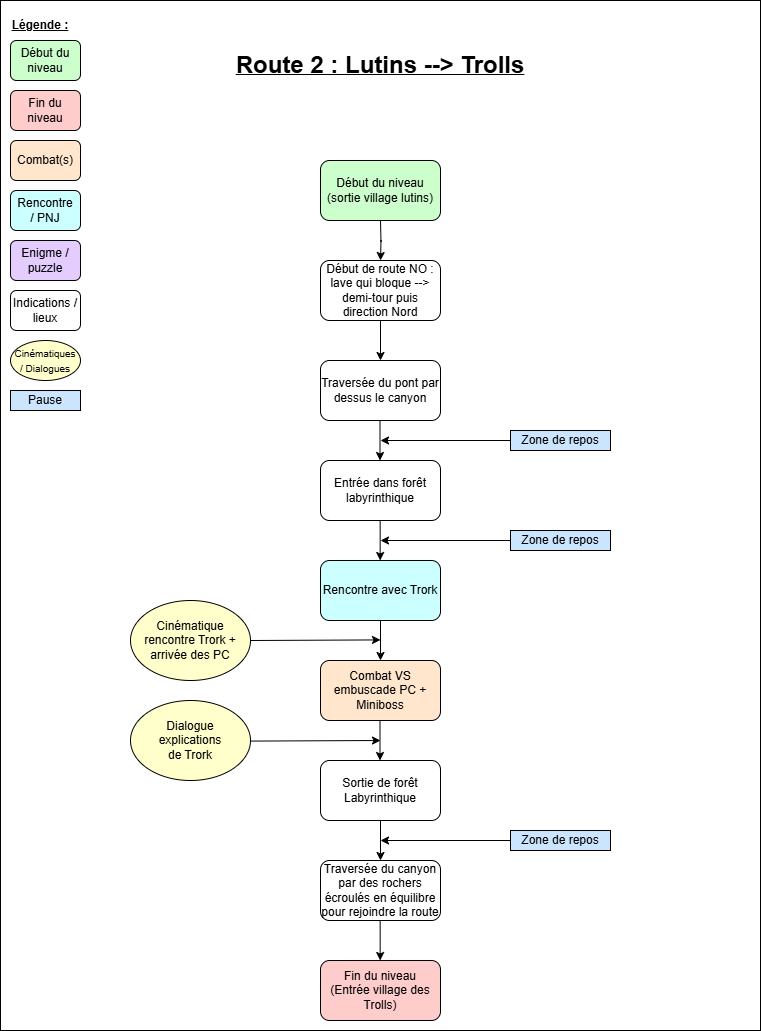
Earlier version of the draw.io export images/LRA/route_level-flow-chart.png (ArthurNowa/ld-portfolio). Source tidied: cells renumbered, new cells last; positions are measured from the earlier drawing's top-left corner, leaving out a move shared by most shapes.
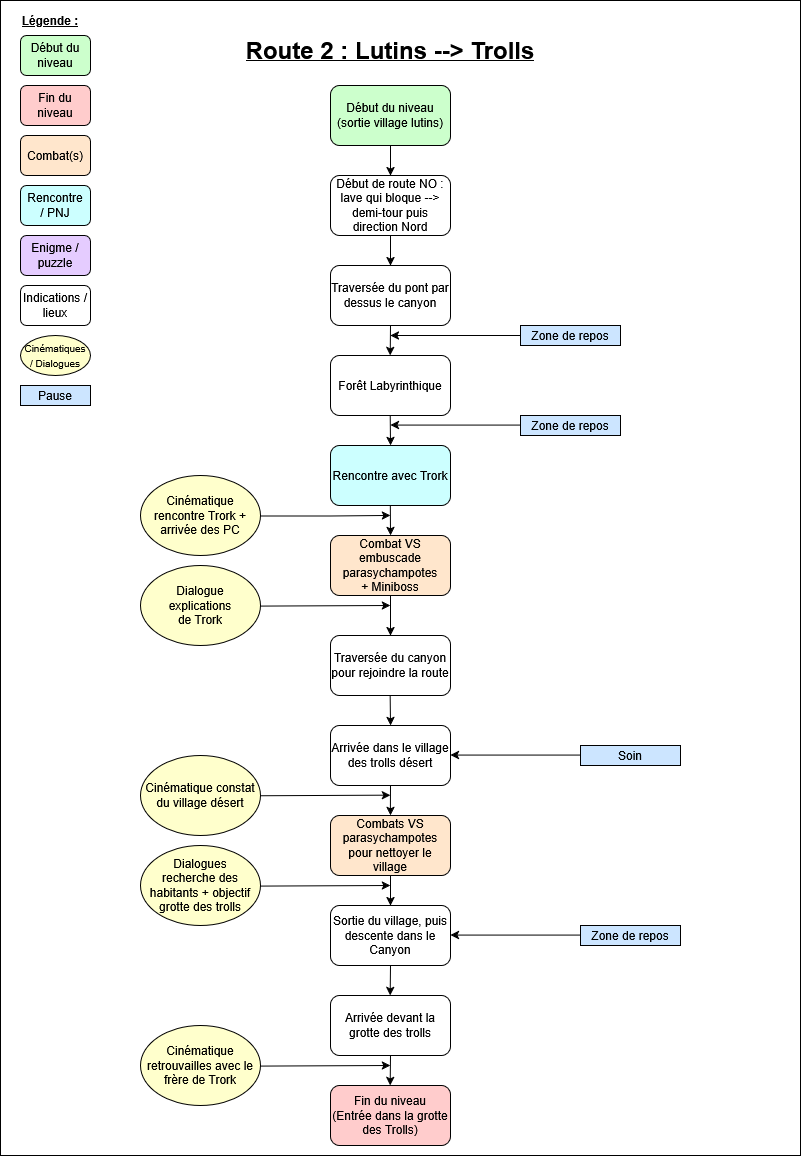
The same file after the commit.

Change to the diagram source:
```diff
@@ -3,7 +3,7 @@
     <mxCell id="0" />
     <mxCell id="1" parent="0" />
     <mxCell id="2" style="whiteSpace=wrap;html=1;" parent="1" vertex="1">
-      <mxGeometry width="760" height="1030" as="geometry" />
+      <mxGeometry x="-10" y="5" width="800" height="1155" as="geometry" />
     </mxCell>
     <mxCell id="3" value="Début du niveau" style="rounded=1;whiteSpace=wrap;html=1;fillColor=#CCFFCC;" parent="1" vertex="1">
       <mxGeometry x="10" y="40" width="70" height="40" as="geometry" />
@@ -33,122 +33,185 @@
       <mxGeometry x="10" y="240" width="70" height="40" as="geometry" />
     </mxCell>
     <mxCell id="12" value="&lt;div&gt;Début du niveau (sortie village lutins)&lt;/div&gt;" style="rounded=1;whiteSpace=wrap;html=1;fillColor=#CCFFCC;" parent="1" vertex="1">
-      <mxGeometry x="320" y="160" width="120" height="60" as="geometry" />
+      <mxGeometry x="320" y="90" width="120" height="60" as="geometry" />
     </mxCell>
     <mxCell id="13" style="edgeStyle=orthogonalEdgeStyle;rounded=0;orthogonalLoop=1;jettySize=auto;html=1;exitX=0.5;exitY=1;exitDx=0;exitDy=0;" parent="1" edge="1">
       <mxGeometry relative="1" as="geometry">
-        <mxPoint x="380" y="220" as="sourcePoint" />
-        <mxPoint x="380" y="260" as="targetPoint" />
+        <mxPoint x="380" y="150" as="sourcePoint" />
+        <mxPoint x="380" y="180" as="targetPoint" />
       </mxGeometry>
     </mxCell>
     <mxCell id="14" value="&lt;div&gt;Début de route NO : lave qui bloque --&amp;gt; demi-tour puis direction Nord&lt;/div&gt;" style="rounded=1;whiteSpace=wrap;html=1;fillColor=#FFFFFF;" parent="1" vertex="1">
-      <mxGeometry x="320" y="260" width="120" height="60" as="geometry" />
+      <mxGeometry x="320" y="180" width="120" height="60" as="geometry" />
     </mxCell>
     <mxCell id="15" value="Traversée du pont par dessus le canyon" style="rounded=1;whiteSpace=wrap;html=1;fillColor=#FFFFFF;" parent="1" vertex="1">
-      <mxGeometry x="320" y="360" width="120" height="60" as="geometry" />
+      <mxGeometry x="320" y="270" width="120" height="60" as="geometry" />
     </mxCell>
-    <mxCell id="16" value="Combat VS embuscade PC + Miniboss" style="rounded=1;whiteSpace=wrap;html=1;fillColor=#FFE6CC;" parent="1" vertex="1">
-      <mxGeometry x="320" y="660" width="120" height="60" as="geometry" />
+    <mxCell id="16" value="Combat VS embuscade parasychampotes&lt;br&gt;+ Miniboss" style="rounded=1;whiteSpace=wrap;html=1;fillColor=#FFE6CC;" parent="1" vertex="1">
+      <mxGeometry x="320" y="540" width="120" height="60" as="geometry" />
     </mxCell>
-    <mxCell id="17" style="endArrow=classic;html=1;rounded=0;exitX=0.5;exitY=1;exitDx=0;exitDy=0;entryX=0.5;entryY=0;entryDx=0;entryDy=0;" parent="1" edge="1" source="14">
+    <mxCell id="17" style="endArrow=classic;html=1;rounded=0;exitX=0.5;exitY=1;exitDx=0;exitDy=0;" parent="1" edge="1" source="14">
       <mxGeometry relative="1" as="geometry">
-        <mxPoint x="380" y="360" as="targetPoint" />
+        <mxPoint x="380" y="270" as="targetPoint" />
       </mxGeometry>
     </mxCell>
-    <mxCell id="18" style="endArrow=classic;html=1;rounded=0;exitX=0.5;exitY=1;exitDx=0;exitDy=0;entryX=0.5;entryY=0;entryDx=0;entryDy=0;exitPerimeter=0;" parent="1" edge="1">
+    <mxCell id="18" style="endArrow=classic;html=1;rounded=0;exitX=0.5;exitY=1;exitDx=0;exitDy=0;exitPerimeter=0;" parent="1" edge="1">
       <mxGeometry relative="1" as="geometry">
-        <mxPoint x="379.5" y="720" as="sourcePoint" />
-        <mxPoint x="379.5" y="760" as="targetPoint" />
+        <mxPoint x="379.8" y="510" as="sourcePoint" />
+        <mxPoint x="380" y="540" as="targetPoint" />
       </mxGeometry>
     </mxCell>
-    <mxCell id="19" style="endArrow=classic;html=1;rounded=0;exitX=0.5;exitY=1;exitDx=0;exitDy=0;entryX=0.5;entryY=0;entryDx=0;entryDy=0;" parent="1" edge="1" target="16">
-      <mxGeometry relative="1" as="geometry">
-        <mxPoint x="380" y="620" as="sourcePoint" />
-      </mxGeometry>
-    </mxCell>
-    <mxCell id="20" style="endArrow=classic;html=1;rounded=0;exitX=1;exitY=0.5;exitDx=0;exitDy=0;" parent="1" edge="1" source="21">
+    <mxCell id="20" style="endArrow=classic;html=1;rounded=0;exitX=1;exitY=0.5;exitDx=0;exitDy=0;" parent="1" edge="1">
       <mxGeometry relative="1" as="geometry">
-        <mxPoint x="380" y="639.4" as="targetPoint" />
+        <mxPoint x="250" y="520.6" as="sourcePoint" />
+        <mxPoint x="380" y="520" as="targetPoint" />
+        <Array as="points">
+          <mxPoint x="320" y="520.6" />
+        </Array>
       </mxGeometry>
     </mxCell>
     <mxCell id="21" value="&lt;div&gt;Cinématique rencontre Trork + arrivée des PC&lt;/div&gt;" style="ellipse;whiteSpace=wrap;html=1;fillColor=#FFFFCC;" parent="1" vertex="1">
-      <mxGeometry x="130" y="600" width="120" height="80" as="geometry" />
+      <mxGeometry x="130" y="480" width="120" height="80" as="geometry" />
     </mxCell>
-    <mxCell id="22" value="Fin du niveau&lt;br&gt;(Entrée village des Trolls)" style="rounded=1;whiteSpace=wrap;html=1;fillColor=#FFCCCC;" parent="1" vertex="1">
-      <mxGeometry x="320" y="960" width="120" height="60" as="geometry" />
+    <mxCell id="22" value="Fin du niveau&lt;br&gt;(Entrée dans la grotte des Trolls)" style="rounded=1;whiteSpace=wrap;html=1;fillColor=#FFCCCC;" parent="1" vertex="1">
+      <mxGeometry x="320" y="1090" width="120" height="60" as="geometry" />
     </mxCell>
-    <mxCell id="23" value="Zone de repos" style="rounded=0;whiteSpace=wrap;html=1;fillColor=#CCE5FF;" parent="1" vertex="1">
-      <mxGeometry x="510" y="830" width="100" height="20" as="geometry" />
+    <mxCell id="23" value="&lt;div&gt;Soin&lt;/div&gt;" style="rounded=0;whiteSpace=wrap;html=1;fillColor=#CCE5FF;" parent="1" vertex="1">
+      <mxGeometry x="570" y="750" width="100" height="20" as="geometry" />
     </mxCell>
-    <mxCell id="24" style="endArrow=classic;html=1;rounded=0;exitX=0;exitY=0.5;exitDx=0;exitDy=0;entryX=1;entryY=0.5;entryDx=0;entryDy=0;" parent="1" edge="1" source="23">
+    <mxCell id="24" style="endArrow=classic;html=1;rounded=0;exitX=0;exitY=0.5;exitDx=0;exitDy=0;entryX=1;entryY=0.5;entryDx=0;entryDy=0;" parent="1" edge="1">
       <mxGeometry relative="1" as="geometry">
-        <mxPoint x="380" y="840" as="targetPoint" />
+        <mxPoint x="570" y="759.6" as="sourcePoint" />
+        <mxPoint x="440" y="759.6" as="targetPoint" />
       </mxGeometry>
     </mxCell>
     <mxCell id="25" value="Zone de repos" style="rounded=0;whiteSpace=wrap;html=1;fillColor=#CCE5FF;" parent="1" vertex="1">
-      <mxGeometry x="510" y="530" width="100" height="20" as="geometry" />
+      <mxGeometry x="510" y="420" width="100" height="20" as="geometry" />
     </mxCell>
     <mxCell id="26" style="endArrow=classic;html=1;rounded=0;exitX=0;exitY=0.5;exitDx=0;exitDy=0;" parent="1" edge="1">
       <mxGeometry relative="1" as="geometry">
-        <mxPoint x="510" y="540" as="sourcePoint" />
-        <mxPoint x="380" y="540" as="targetPoint" />
+        <mxPoint x="510" y="429.6" as="sourcePoint" />
+        <mxPoint x="380" y="429.6" as="targetPoint" />
       </mxGeometry>
     </mxCell>
     <mxCell id="27" value="Rencontre avec Trork" style="rounded=1;whiteSpace=wrap;html=1;fillColor=#CCFFFF;" parent="1" vertex="1">
-      <mxGeometry x="320" y="560" width="120" height="60" as="geometry" />
+      <mxGeometry x="320" y="450" width="120" height="60" as="geometry" />
     </mxCell>
-    <mxCell id="28" style="endArrow=classic;html=1;rounded=0;exitX=0.5;exitY=1;exitDx=0;exitDy=0;entryX=0.5;entryY=0;entryDx=0;entryDy=0;" parent="1" edge="1">
+    <mxCell id="28" style="endArrow=classic;html=1;rounded=0;exitX=0.5;exitY=1;exitDx=0;exitDy=0;" parent="1" edge="1">
       <mxGeometry relative="1" as="geometry">
-        <mxPoint x="379.7" y="520" as="sourcePoint" />
-        <mxPoint x="379.7" y="560" as="targetPoint" />
+        <mxPoint x="379.7" y="420" as="sourcePoint" />
+        <mxPoint x="380" y="450" as="targetPoint" />
       </mxGeometry>
     </mxCell>
-    <mxCell id="29" value="Entrée dans forêt labyrinthique" style="rounded=1;whiteSpace=wrap;html=1;fillColor=#FFFFFF;" parent="1" vertex="1">
-      <mxGeometry x="320" y="460" width="120" height="60" as="geometry" />
+    <mxCell id="29" value="&lt;div&gt;Forêt Labyrinthique&lt;/div&gt;" style="rounded=1;whiteSpace=wrap;html=1;fillColor=#FFFFFF;" parent="1" vertex="1">
+      <mxGeometry x="320" y="360" width="120" height="60" as="geometry" />
     </mxCell>
-    <mxCell id="30" style="endArrow=classic;html=1;rounded=0;exitX=0.5;exitY=1;exitDx=0;exitDy=0;entryX=0.5;entryY=0;entryDx=0;entryDy=0;" parent="1" edge="1">
+    <mxCell id="30" style="endArrow=classic;html=1;rounded=0;entryX=0.5;entryY=0;entryDx=0;entryDy=0;" parent="1" edge="1">
       <mxGeometry relative="1" as="geometry">
-        <mxPoint x="379.5" y="420" as="sourcePoint" />
-        <mxPoint x="379.5" y="460" as="targetPoint" />
+        <mxPoint x="380" y="330" as="sourcePoint" />
+        <mxPoint x="379.7" y="360" as="targetPoint" />
       </mxGeometry>
     </mxCell>
     <mxCell id="31" value="Zone de repos" style="rounded=0;whiteSpace=wrap;html=1;fillColor=#CCE5FF;" parent="1" vertex="1">
-      <mxGeometry x="510" y="430" width="100" height="20" as="geometry" />
+      <mxGeometry x="510" y="330" width="100" height="20" as="geometry" />
     </mxCell>
-    <mxCell id="32" style="endArrow=classic;html=1;rounded=0;exitX=0;exitY=0.5;exitDx=0;exitDy=0;entryX=1;entryY=0.5;entryDx=0;entryDy=0;" parent="1" edge="1" source="31">
+    <mxCell id="32" style="endArrow=classic;html=1;rounded=0;exitX=0;exitY=0.5;exitDx=0;exitDy=0;" parent="1" edge="1" source="31">
       <mxGeometry relative="1" as="geometry">
-        <mxPoint x="380" y="440" as="targetPoint" />
+        <mxPoint x="380" y="340" as="targetPoint" />
       </mxGeometry>
     </mxCell>
     <mxCell id="33" value="&lt;b&gt;&lt;u&gt;&lt;font style=&quot;font-size: 24px;&quot;&gt;Route 2 : Lutins --&amp;gt; Trolls&lt;/font&gt;&lt;/u&gt;&lt;/b&gt;" style="text;html=1;align=center;verticalAlign=middle;whiteSpace=wrap;rounded=0;" parent="1" vertex="1">
-      <mxGeometry x="145" y="50" width="470" height="30" as="geometry" />
+      <mxGeometry x="145" y="40" width="470" height="30" as="geometry" />
     </mxCell>
-    <mxCell id="34" value="Sortie de forêt Labyrinthique" style="rounded=1;whiteSpace=wrap;html=1;fillColor=#FFFFFF;" parent="1" vertex="1">
-      <mxGeometry x="320" y="760" width="120" height="60" as="geometry" />
-    </mxCell>
-    <mxCell id="35" value="Traversée du canyon par des rochers écroulés en équilibre pour rejoindre la route" style="rounded=1;whiteSpace=wrap;html=1;fillColor=#FFFFFF;" parent="1" vertex="1">
-      <mxGeometry x="320" y="860" width="120" height="60" as="geometry" />
+    <mxCell id="35" value="Traversée du canyon pour rejoindre la route" style="rounded=1;whiteSpace=wrap;html=1;fillColor=#FFFFFF;" parent="1" vertex="1">
+      <mxGeometry x="320" y="640" width="120" height="60" as="geometry" />
     </mxCell>
-    <mxCell id="36" style="endArrow=classic;html=1;rounded=0;exitX=0.5;exitY=1;exitDx=0;exitDy=0;entryX=0.5;entryY=0;entryDx=0;entryDy=0;exitPerimeter=0;" parent="1" edge="1">
+    <mxCell id="36" style="endArrow=classic;html=1;rounded=0;" parent="1" edge="1">
       <mxGeometry relative="1" as="geometry">
-        <mxPoint x="380" y="820" as="sourcePoint" />
-        <mxPoint x="380" y="860" as="targetPoint" />
+        <mxPoint x="380" y="600" as="sourcePoint" />
+        <mxPoint x="380" y="640" as="targetPoint" />
       </mxGeometry>
     </mxCell>
-    <mxCell id="37" style="endArrow=classic;html=1;rounded=0;exitX=0.5;exitY=1;exitDx=0;exitDy=0;entryX=0.5;entryY=0;entryDx=0;entryDy=0;exitPerimeter=0;" parent="1" edge="1">
+    <mxCell id="37" style="endArrow=classic;html=1;rounded=0;exitX=0.5;exitY=1;exitDx=0;exitDy=0;exitPerimeter=0;" parent="1" edge="1">
       <mxGeometry relative="1" as="geometry">
-        <mxPoint x="379.7" y="920" as="sourcePoint" />
-        <mxPoint x="379.7" y="960" as="targetPoint" />
+        <mxPoint x="379.7" y="700" as="sourcePoint" />
+        <mxPoint x="380" y="730" as="targetPoint" />
       </mxGeometry>
     </mxCell>
     <mxCell id="38" value="&lt;div&gt;Dialogue&lt;br&gt;explications&lt;/div&gt;&lt;div&gt;de Trork&lt;/div&gt;" style="ellipse;whiteSpace=wrap;html=1;fillColor=#FFFFCC;" parent="1" vertex="1">
-      <mxGeometry x="130" y="700" width="120" height="80" as="geometry" />
+      <mxGeometry x="130" y="570" width="120" height="80" as="geometry" />
     </mxCell>
     <mxCell id="39" style="endArrow=classic;html=1;rounded=0;exitX=1;exitY=0.5;exitDx=0;exitDy=0;" parent="1" edge="1">
       <mxGeometry relative="1" as="geometry">
-        <mxPoint x="250" y="740.6" as="sourcePoint" />
-        <mxPoint x="380" y="740" as="targetPoint" />
+        <mxPoint x="250" y="610.6" as="sourcePoint" />
+        <mxPoint x="380" y="610" as="targetPoint" />
       </mxGeometry>
     </mxCell>
+    <mxCell id="40" value="Cinématique constat du village désert" style="ellipse;whiteSpace=wrap;html=1;fillColor=#FFFFCC;" parent="1" vertex="1">
+      <mxGeometry x="130" y="760" width="120" height="80" as="geometry" />
+    </mxCell>
+    <mxCell id="41" style="endArrow=classic;html=1;rounded=0;exitX=1;exitY=0.5;exitDx=0;exitDy=0;" parent="1" edge="1">
+      <mxGeometry relative="1" as="geometry">
+        <mxPoint x="250" y="800.2" as="sourcePoint" />
+        <mxPoint x="380" y="799.7" as="targetPoint" />
+      </mxGeometry>
+    </mxCell>
+    <mxCell id="42" style="edgeStyle=orthogonalEdgeStyle;rounded=0;jettySize=auto;html=1;exitX=0.5;exitY=1;exitDx=0;exitDy=0;" parent="1" edge="1" source="43">
+      <mxGeometry relative="1" as="geometry">
+        <mxPoint x="379.9" y="820" as="targetPoint" />
+      </mxGeometry>
+    </mxCell>
+    <mxCell id="43" value="&lt;div&gt;Arrivée dans le village des trolls désert&lt;/div&gt;" style="rounded=1;whiteSpace=wrap;html=1;fillColor=#FFFFFF;" parent="1" vertex="1">
+      <mxGeometry x="320" y="730" width="120" height="60" as="geometry" />
+    </mxCell>
+    <mxCell id="44" style="edgeStyle=orthogonalEdgeStyle;rounded=0;jettySize=auto;html=1;exitX=0.5;exitY=1;exitDx=0;exitDy=0;entryX=0.5;entryY=0;entryDx=0;entryDy=0;" parent="1" edge="1" source="45" target="49">
+      <mxGeometry relative="1" as="geometry" />
+    </mxCell>
+    <mxCell id="45" value="Combats VS parasychampotes pour nettoyer le village" style="rounded=1;whiteSpace=wrap;html=1;fillColor=#FFE6CC;" parent="1" vertex="1">
+      <mxGeometry x="320" y="820" width="120" height="60" as="geometry" />
+    </mxCell>
+    <mxCell id="46" value="Dialogues&lt;br&gt;recherche des habitants + objectif grotte des trolls" style="ellipse;whiteSpace=wrap;html=1;fillColor=#FFFFCC;" parent="1" vertex="1">
+      <mxGeometry x="130" y="850" width="120" height="80" as="geometry" />
+    </mxCell>
+    <mxCell id="47" style="endArrow=classic;html=1;rounded=0;exitX=1;exitY=0.5;exitDx=0;exitDy=0;" parent="1" edge="1">
+      <mxGeometry relative="1" as="geometry">
+        <mxPoint x="250" y="890.6" as="sourcePoint" />
+        <mxPoint x="380" y="890" as="targetPoint" />
+      </mxGeometry>
+    </mxCell>
+    <mxCell id="48" style="edgeStyle=orthogonalEdgeStyle;rounded=0;jettySize=auto;html=1;exitX=0.5;exitY=1;exitDx=0;exitDy=0;" parent="1" edge="1" source="49">
+      <mxGeometry relative="1" as="geometry">
+        <mxPoint x="379.7" y="1000" as="targetPoint" />
+      </mxGeometry>
+    </mxCell>
+    <mxCell id="49" value="Sortie du village, puis descente dans le Canyon" style="rounded=1;whiteSpace=wrap;html=1;fillColor=#FFFFFF;" parent="1" vertex="1">
+      <mxGeometry x="320" y="910" width="120" height="60" as="geometry" />
+    </mxCell>
+    <mxCell id="50" style="edgeStyle=orthogonalEdgeStyle;rounded=0;jettySize=auto;html=1;exitX=0.5;exitY=1;exitDx=0;exitDy=0;" parent="1" edge="1" source="51">
+      <mxGeometry relative="1" as="geometry">
+        <mxPoint x="379.7" y="1090" as="targetPoint" />
+      </mxGeometry>
+    </mxCell>
+    <mxCell id="51" value="Arrivée devant la grotte des trolls" style="rounded=1;whiteSpace=wrap;html=1;fillColor=#FFFFFF;" parent="1" vertex="1">
+      <mxGeometry x="320" y="1000" width="120" height="60" as="geometry" />
+    </mxCell>
+    <mxCell id="52" value="&lt;div&gt;Cinématique retrouvailles avec le frère de Trork&lt;/div&gt;" style="ellipse;whiteSpace=wrap;html=1;fillColor=#FFFFCC;" parent="1" vertex="1">
+      <mxGeometry x="130" y="1030" width="120" height="80" as="geometry" />
+    </mxCell>
+    <mxCell id="53" style="endArrow=classic;html=1;rounded=0;exitX=1;exitY=0.5;exitDx=0;exitDy=0;" parent="1" edge="1">
+      <mxGeometry relative="1" as="geometry">
+        <mxPoint x="250" y="1070.6" as="sourcePoint" />
+        <mxPoint x="380" y="1070" as="targetPoint" />
+      </mxGeometry>
+    </mxCell>
+    <mxCell id="54" value="Zone de repos" style="rounded=0;whiteSpace=wrap;html=1;fillColor=#CCE5FF;" parent="1" vertex="1">
+      <mxGeometry x="570" y="930" width="100" height="20" as="geometry" />
+    </mxCell>
+    <mxCell id="55" style="endArrow=classic;html=1;rounded=0;exitX=0;exitY=0.5;exitDx=0;exitDy=0;" parent="1" edge="1">
+      <mxGeometry relative="1" as="geometry">
+        <mxPoint x="570" y="939.6" as="sourcePoint" />
+        <mxPoint x="440" y="939.6" as="targetPoint" />
+      </mxGeometry>
+    </mxCell>
   </root>
 </mxGraphModel>
```
